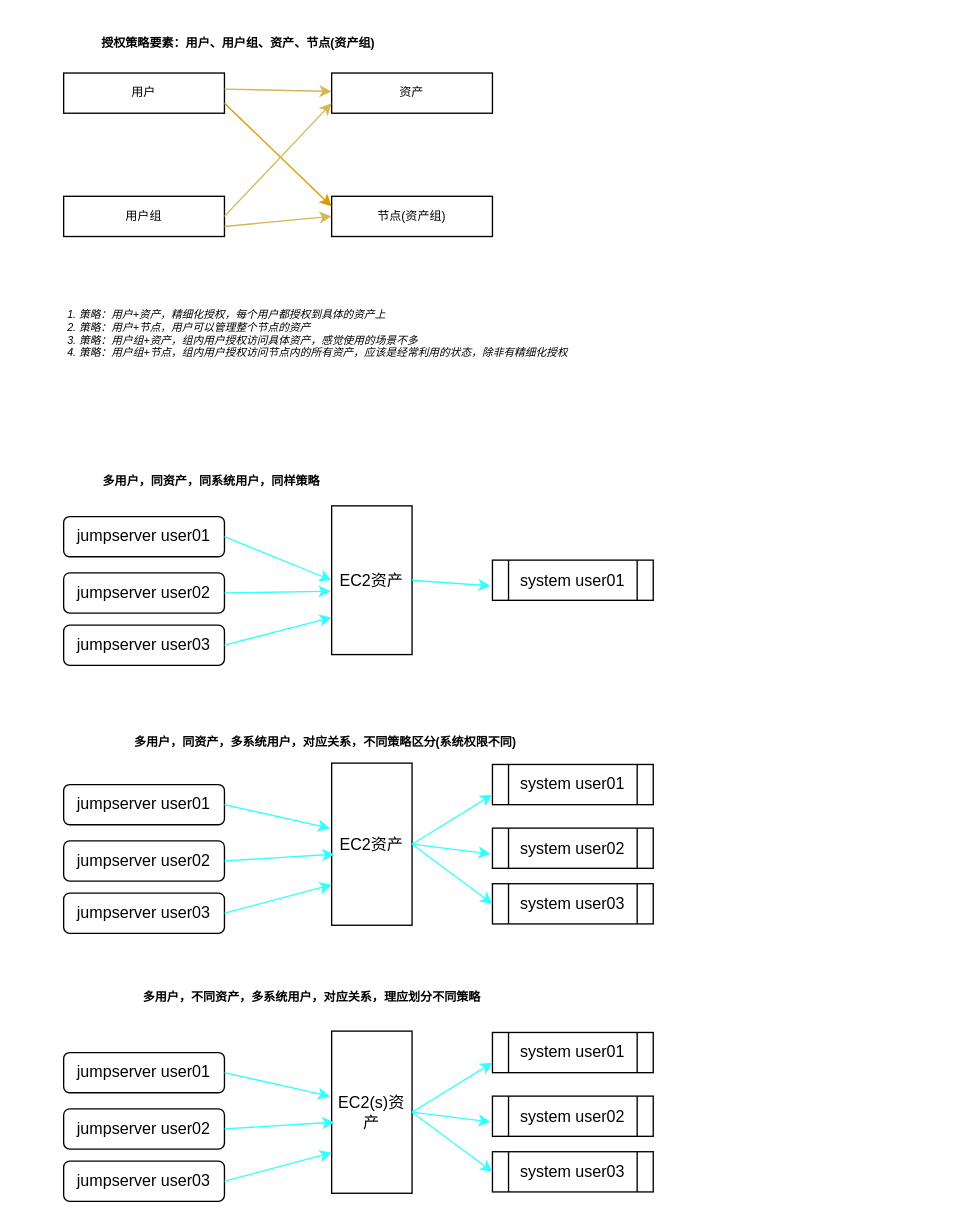
Before: AWSjumpserve-授权策略.drawio in Devnull6/flowchart, a draw.io diagram. Source tidied: cells renumbered, new cells numbered last; positions are measured from the earlier drawing's top-left corner, leaving out a move shared by most shapes. Both pictures are drawn from the tidied source at 134%, with x=0, y=0 at pixel (23, 23).
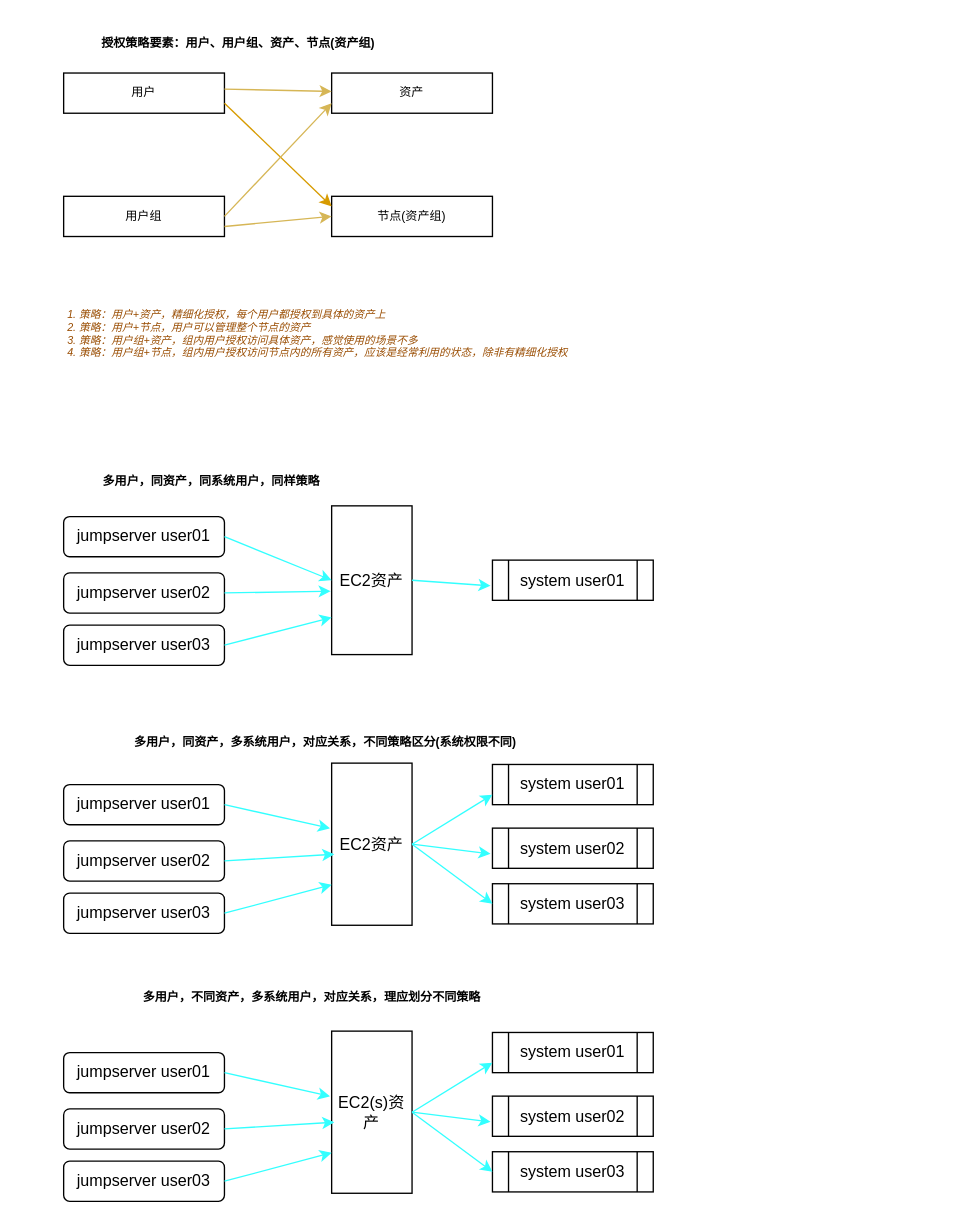
The same diagram, later.

What changed in the source:
```diff
@@
-    <mxCell id="49" value="&lt;ol style=&quot;font-size: 8px&quot;&gt;&lt;li style=&quot;font-size: 8px&quot;&gt;策略：用户+资产，精细化授权，每个用户都授权到具体的资产上&lt;/li&gt;&lt;li style=&quot;font-size: 8px&quot;&gt;策略：用户+节点，用户可以管理整个节点的资产&lt;/li&gt;&lt;li style=&quot;font-size: 8px&quot;&gt;策略：用户组+资产，组内用户授权访问具体资产，感觉使用的场景不多&lt;/li&gt;&lt;li style=&quot;font-size: 8px&quot;&gt;策略：用户组+节点，组内用户授权访问节点内的所有资产，应该是经常利用的状态，除非有精细化授权&lt;/li&gt;&lt;/ol&gt;" style="text;strokeColor=none;fillColor=#ffffff;html=1;whiteSpace=wrap;verticalAlign=middle;overflow=hidden;fontSize=8;align=left;labelPosition=center;verticalLabelPosition=middle;labelBackgroundColor=#ffffff;glass=0;rounded=0;spacingTop=4;spacingBottom=8;labelBorderColor=none;fontStyle=2;" parent="1" vertex="1">
+    <mxCell id="49" value="&lt;ol style=&quot;font-size: 8px&quot;&gt;&lt;li style=&quot;font-size: 8px&quot;&gt;策略：用户+资产，精细化授权，每个用户都授权到具体的资产上&lt;/li&gt;&lt;li style=&quot;font-size: 8px&quot;&gt;策略：用户+节点，用户可以管理整个节点的资产&lt;/li&gt;&lt;li style=&quot;font-size: 8px&quot;&gt;策略：用户组+资产，组内用户授权访问具体资产，感觉使用的场景不多&lt;/li&gt;&lt;li style=&quot;font-size: 8px&quot;&gt;策略：用户组+节点，组内用户授权访问节点内的所有资产，应该是经常利用的状态，除非有精细化授权&lt;/li&gt;&lt;/ol&gt;" style="text;strokeColor=none;fillColor=#ffffff;html=1;whiteSpace=wrap;verticalAlign=middle;overflow=hidden;fontSize=8;align=left;labelPosition=center;verticalLabelPosition=middle;labelBackgroundColor=#ffffff;glass=0;rounded=0;spacingTop=4;spacingBottom=8;labelBorderColor=none;fontStyle=2;fontColor=#994C00;" parent="1" vertex="1">
       <mxGeometry y="172" width="690" height="123" as="geometry" />
     </mxCell>
```
